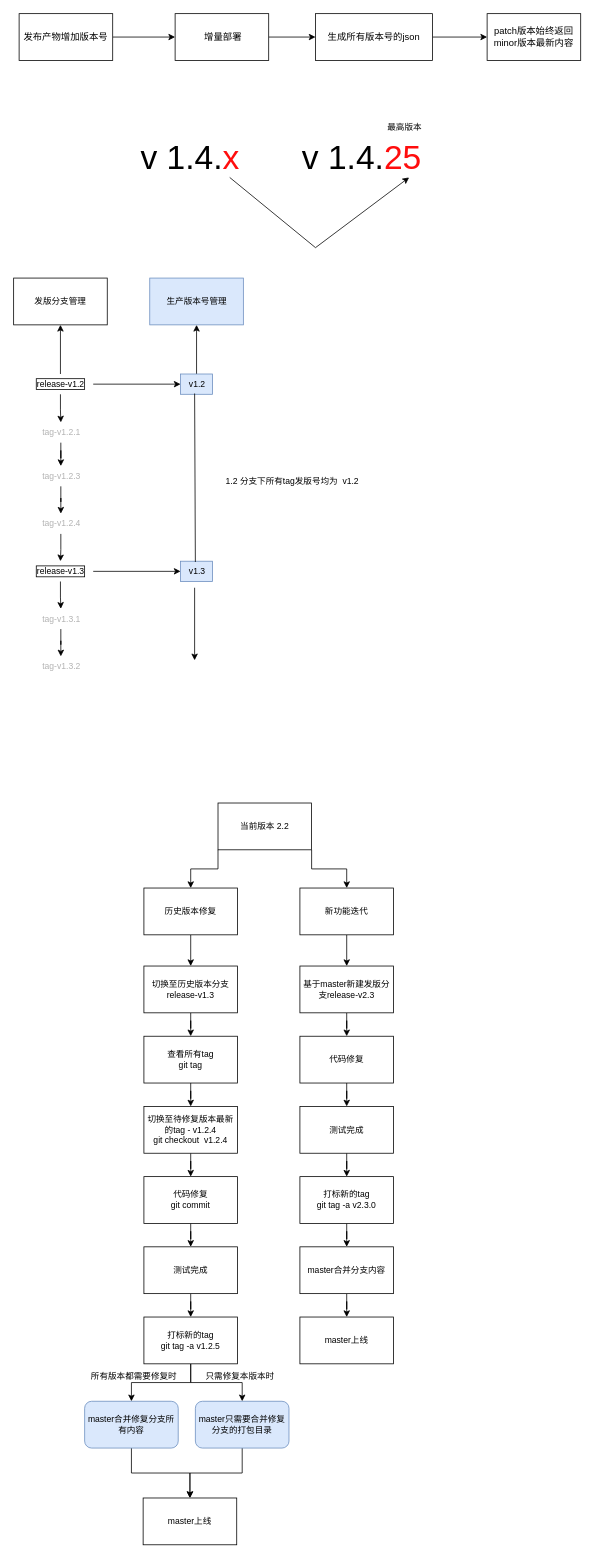
Above: 组件平台版本化.drawio in senyawang/drawio (draw.io), before the change. Source tidied: cells renumbered, new cells numbered last; positions are measured from the earlier drawing's top-left corner, leaving out a move shared by most shapes. Both pictures are drawn from the tidied source at 78%, with x=0, y=0 at pixel (13, 13).
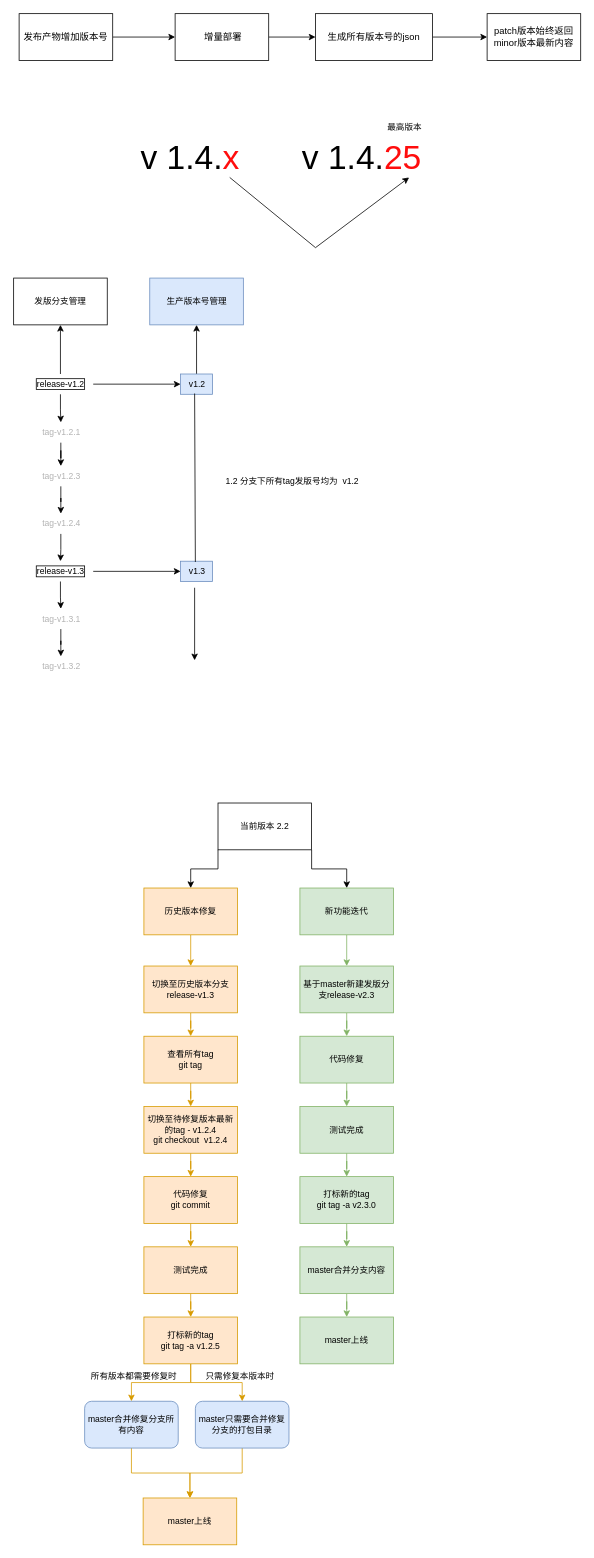
Above is the later version.

Commit message:
更新组件平台版本化.drawio

The change refers to these unchanged cells:
```xml
<mxCell id="60" value="master只需要合并修复分支的打包目录" style="rounded=1;whiteSpace=wrap;html=1;labelBackgroundColor=none;labelBorderColor=none;fontSize=11;fillColor=#dae8fc;strokeColor=#6c8ebf;" parent="1" vertex="1">
  <mxGeometry x="233" y="1779" width="120" height="60" as="geometry" />
</mxCell>
<mxCell id="63" value="master合并修复分支所有内容" style="whiteSpace=wrap;html=1;fontSize=11;fillColor=#dae8fc;strokeColor=#6c8ebf;rounded=1;labelBackgroundColor=none;labelBorderColor=none;" parent="1" vertex="1">
  <mxGeometry x="91" y="1779" width="120" height="60" as="geometry" />
</mxCell>
```

Change to the diagram source:
```diff
@@
-    <mxCell id="37" style="edgeStyle=orthogonalEdgeStyle;rounded=0;jettySize=auto;html=1;fontSize=11;fontColor=#000000;" parent="1" edge="1" source="38" target="42">
+    <mxCell id="37" style="edgeStyle=orthogonalEdgeStyle;rounded=0;jettySize=auto;html=1;fontSize=11;fontColor=#000000;fillColor=#ffe6cc;strokeColor=#d79b00;" parent="1" edge="1" source="38" target="42">
       <mxGeometry relative="1" as="geometry" />
     </mxCell>
-    <mxCell id="38" value="历史版本修复" style="rounded=0;whiteSpace=wrap;html=1;labelBackgroundColor=none;labelBorderColor=none;fontSize=11;fontColor=#000000;" parent="1" vertex="1">
+    <mxCell id="38" value="历史版本修复" style="rounded=0;whiteSpace=wrap;html=1;labelBackgroundColor=none;labelBorderColor=none;fontSize=11;fillColor=#ffe6cc;strokeColor=#d79b00;" parent="1" vertex="1">
       <mxGeometry x="167" y="1121" width="120" height="60" as="geometry" />
     </mxCell>
-    <mxCell id="39" style="edgeStyle=orthogonalEdgeStyle;rounded=0;jettySize=auto;html=1;fontSize=11;fontColor=#000000;" parent="1" edge="1" source="40" target="44">
+    <mxCell id="39" style="edgeStyle=orthogonalEdgeStyle;rounded=0;jettySize=auto;html=1;fontSize=11;fontColor=#000000;fillColor=#d5e8d4;strokeColor=#82b366;" parent="1" edge="1" source="40" target="44">
       <mxGeometry relative="1" as="geometry" />
     </mxCell>
-    <mxCell id="40" value="新功能迭代" style="rounded=0;whiteSpace=wrap;html=1;labelBackgroundColor=none;labelBorderColor=none;fontSize=11;fontColor=#000000;" parent="1" vertex="1">
+    <mxCell id="40" value="新功能迭代" style="rounded=0;whiteSpace=wrap;html=1;labelBackgroundColor=none;labelBorderColor=none;fontSize=11;fillColor=#d5e8d4;strokeColor=#82b366;" parent="1" vertex="1">
       <mxGeometry x="367" y="1121" width="120" height="60" as="geometry" />
     </mxCell>
-    <mxCell id="41" style="edgeStyle=orthogonalEdgeStyle;rounded=0;jettySize=auto;html=1;fontSize=11;fontColor=#000000;" parent="1" edge="1" source="42" target="49">
+    <mxCell id="41" style="edgeStyle=orthogonalEdgeStyle;rounded=0;jettySize=auto;html=1;fontSize=11;fontColor=#000000;fillColor=#ffe6cc;strokeColor=#d79b00;" parent="1" edge="1" source="42" target="49">
       <mxGeometry relative="1" as="geometry" />
     </mxCell>
-    <mxCell id="42" value="切换至历史版本分支&lt;br&gt;release-v1.3" style="rounded=0;whiteSpace=wrap;html=1;labelBackgroundColor=none;labelBorderColor=none;fontSize=11;fontColor=#000000;" parent="1" vertex="1">
+    <mxCell id="42" value="切换至历史版本分支&lt;br&gt;release-v1.3" style="rounded=0;whiteSpace=wrap;html=1;labelBackgroundColor=none;labelBorderColor=none;fontSize=11;fillColor=#ffe6cc;strokeColor=#d79b00;" parent="1" vertex="1">
       <mxGeometry x="167" y="1221" width="120" height="60" as="geometry" />
     </mxCell>
-    <mxCell id="43" style="edgeStyle=orthogonalEdgeStyle;rounded=0;jettySize=auto;html=1;fontSize=11;fontColor=#000000;" parent="1" edge="1" source="44" target="67">
+    <mxCell id="43" style="edgeStyle=orthogonalEdgeStyle;rounded=0;jettySize=auto;html=1;fontSize=11;fontColor=#000000;fillColor=#d5e8d4;strokeColor=#82b366;" parent="1" edge="1" source="44" target="67">
       <mxGeometry relative="1" as="geometry" />
     </mxCell>
-    <mxCell id="44" value="基于master新建发版分支release-v2.3" style="rounded=0;whiteSpace=wrap;html=1;labelBackgroundColor=none;labelBorderColor=none;fontSize=11;fontColor=#000000;" parent="1" vertex="1">
+    <mxCell id="44" value="基于master新建发版分支release-v2.3" style="rounded=0;whiteSpace=wrap;html=1;labelBackgroundColor=none;labelBorderColor=none;fontSize=11;fillColor=#d5e8d4;strokeColor=#82b366;" parent="1" vertex="1">
       <mxGeometry x="367" y="1221" width="120" height="60" as="geometry" />
     </mxCell>
@@
-    <mxCell id="48" style="edgeStyle=orthogonalEdgeStyle;rounded=0;jettySize=auto;html=1;fontSize=11;fontColor=#000000;" parent="1" edge="1" source="49" target="51">
+    <mxCell id="48" style="edgeStyle=orthogonalEdgeStyle;rounded=0;jettySize=auto;html=1;fontSize=11;fontColor=#000000;fillColor=#ffe6cc;strokeColor=#d79b00;" parent="1" edge="1" source="49" target="51">
       <mxGeometry relative="1" as="geometry" />
     </mxCell>
-    <mxCell id="49" value="查看所有tag&lt;br&gt;git tag" style="rounded=0;whiteSpace=wrap;html=1;labelBackgroundColor=none;labelBorderColor=none;fontSize=11;fontColor=#000000;" parent="1" vertex="1">
+    <mxCell id="49" value="查看所有tag&lt;br&gt;git tag" style="rounded=0;whiteSpace=wrap;html=1;labelBackgroundColor=none;labelBorderColor=none;fontSize=11;fillColor=#ffe6cc;strokeColor=#d79b00;" parent="1" vertex="1">
       <mxGeometry x="167" y="1311" width="120" height="60" as="geometry" />
     </mxCell>
-    <mxCell id="50" style="edgeStyle=orthogonalEdgeStyle;rounded=0;jettySize=auto;html=1;fontSize=11;fontColor=#000000;" parent="1" edge="1" source="51" target="53">
+    <mxCell id="50" style="edgeStyle=orthogonalEdgeStyle;rounded=0;jettySize=auto;html=1;fontSize=11;fontColor=#000000;fillColor=#ffe6cc;strokeColor=#d79b00;" parent="1" edge="1" source="51" target="53">
       <mxGeometry relative="1" as="geometry" />
     </mxCell>
-    <mxCell id="51" value="切换至待修复版本最新的tag - v1.2.4&lt;br&gt;git checkout&amp;nbsp; v1.2.4" style="rounded=0;whiteSpace=wrap;html=1;labelBackgroundColor=none;labelBorderColor=none;fontSize=11;fontColor=#000000;" parent="1" vertex="1">
+    <mxCell id="51" value="切换至待修复版本最新的tag - v1.2.4&lt;br&gt;git checkout&amp;nbsp; v1.2.4" style="rounded=0;whiteSpace=wrap;html=1;labelBackgroundColor=none;labelBorderColor=none;fontSize=11;fillColor=#ffe6cc;strokeColor=#d79b00;" parent="1" vertex="1">
       <mxGeometry x="167" y="1401" width="120" height="60" as="geometry" />
     </mxCell>
-    <mxCell id="52" style="edgeStyle=orthogonalEdgeStyle;rounded=0;jettySize=auto;html=1;fontSize=11;fontColor=#000000;" parent="1" edge="1" source="53" target="55">
+    <mxCell id="52" style="edgeStyle=orthogonalEdgeStyle;rounded=0;jettySize=auto;html=1;fontSize=11;fontColor=#000000;fillColor=#ffe6cc;strokeColor=#d79b00;" parent="1" edge="1" source="53" target="55">
       <mxGeometry relative="1" as="geometry" />
     </mxCell>
-    <mxCell id="53" value="代码修复&lt;br&gt;git commit" style="rounded=0;whiteSpace=wrap;html=1;labelBackgroundColor=none;labelBorderColor=none;fontSize=11;fontColor=#000000;" parent="1" vertex="1">
+    <mxCell id="53" value="代码修复&lt;br&gt;git commit" style="rounded=0;whiteSpace=wrap;html=1;labelBackgroundColor=none;labelBorderColor=none;fontSize=11;fillColor=#ffe6cc;strokeColor=#d79b00;" parent="1" vertex="1">
       <mxGeometry x="167" y="1491" width="120" height="60" as="geometry" />
     </mxCell>
-    <mxCell id="54" style="edgeStyle=orthogonalEdgeStyle;rounded=0;jettySize=auto;html=1;fontSize=11;fontColor=#000000;" parent="1" edge="1" source="55" target="58">
+    <mxCell id="54" style="edgeStyle=orthogonalEdgeStyle;rounded=0;jettySize=auto;html=1;fontSize=11;fontColor=#000000;fillColor=#ffe6cc;strokeColor=#d79b00;" parent="1" edge="1" source="55" target="58">
       <mxGeometry relative="1" as="geometry" />
     </mxCell>
-    <mxCell id="55" value="测试完成" style="rounded=0;whiteSpace=wrap;html=1;labelBackgroundColor=none;labelBorderColor=none;fontSize=11;fontColor=#000000;" parent="1" vertex="1">
+    <mxCell id="55" value="测试完成" style="rounded=0;whiteSpace=wrap;html=1;labelBackgroundColor=none;labelBorderColor=none;fontSize=11;fillColor=#ffe6cc;strokeColor=#d79b00;" parent="1" vertex="1">
       <mxGeometry x="167" y="1581" width="120" height="60" as="geometry" />
     </mxCell>
-    <mxCell id="56" style="edgeStyle=orthogonalEdgeStyle;rounded=0;jettySize=auto;html=1;fontSize=11;fontColor=#000000;" parent="1" edge="1" source="58" target="60">
+    <mxCell id="56" style="edgeStyle=orthogonalEdgeStyle;rounded=0;jettySize=auto;html=1;fontSize=11;fontColor=#000000;fillColor=#ffe6cc;strokeColor=#d79b00;" parent="1" edge="1" source="58" target="60">
       <mxGeometry relative="1" as="geometry" />
     </mxCell>
-    <mxCell id="57" style="edgeStyle=orthogonalEdgeStyle;rounded=0;jettySize=auto;html=1;exitX=0.5;exitY=1;exitDx=0;exitDy=0;entryX=0.5;entryY=0;entryDx=0;entryDy=0;fontSize=11;fontColor=#000000;" parent="1" edge="1" source="58" target="63">
+    <mxCell id="57" style="edgeStyle=orthogonalEdgeStyle;rounded=0;jettySize=auto;html=1;exitX=0.5;exitY=1;exitDx=0;exitDy=0;entryX=0.5;entryY=0;entryDx=0;entryDy=0;fontSize=11;fontColor=#000000;fillColor=#ffe6cc;strokeColor=#d79b00;" parent="1" edge="1" source="58" target="63">
       <mxGeometry relative="1" as="geometry" />
     </mxCell>
-    <mxCell id="58" value="打标新的tag&lt;br&gt;git tag -a v1.2.5" style="rounded=0;whiteSpace=wrap;html=1;labelBackgroundColor=none;labelBorderColor=none;fontSize=11;fontColor=#000000;" parent="1" vertex="1">
+    <mxCell id="58" value="打标新的tag&lt;br&gt;git tag -a v1.2.5" style="rounded=0;whiteSpace=wrap;html=1;labelBackgroundColor=none;labelBorderColor=none;fontSize=11;fillColor=#ffe6cc;strokeColor=#d79b00;" parent="1" vertex="1">
       <mxGeometry x="167" y="1671" width="120" height="60" as="geometry" />
     </mxCell>
-    <mxCell id="59" style="edgeStyle=orthogonalEdgeStyle;rounded=0;jettySize=auto;html=1;exitX=0.5;exitY=1;exitDx=0;exitDy=0;fontSize=11;fontColor=#000000;" parent="1" edge="1" source="60" target="61">
+    <mxCell id="59" style="edgeStyle=orthogonalEdgeStyle;rounded=0;jettySize=auto;html=1;exitX=0.5;exitY=1;exitDx=0;exitDy=0;fontSize=11;fontColor=#000000;fillColor=#ffe6cc;strokeColor=#d79b00;" parent="1" edge="1" source="60" target="61">
       <mxGeometry relative="1" as="geometry" />
     </mxCell>
@@
-    <mxCell id="61" value="master上线" style="rounded=0;whiteSpace=wrap;html=1;labelBackgroundColor=none;labelBorderColor=none;fontSize=11;fontColor=#000000;" parent="1" vertex="1">
+    <mxCell id="61" value="master上线" style="rounded=0;whiteSpace=wrap;html=1;labelBackgroundColor=none;labelBorderColor=none;fontSize=11;fillColor=#ffe6cc;strokeColor=#d79b00;" parent="1" vertex="1">
       <mxGeometry x="166" y="1903" width="120" height="60" as="geometry" />
     </mxCell>
-    <mxCell id="62" style="edgeStyle=orthogonalEdgeStyle;rounded=0;jettySize=auto;html=1;exitX=0.5;exitY=1;exitDx=0;exitDy=0;entryX=0.5;entryY=0;entryDx=0;entryDy=0;fontSize=11;fontColor=#000000;" parent="1" edge="1" source="63" target="61">
+    <mxCell id="62" style="edgeStyle=orthogonalEdgeStyle;rounded=0;jettySize=auto;html=1;exitX=0.5;exitY=1;exitDx=0;exitDy=0;entryX=0.5;entryY=0;entryDx=0;entryDy=0;fontSize=11;fontColor=#000000;fillColor=#ffe6cc;strokeColor=#d79b00;" parent="1" edge="1" source="63" target="61">
       <mxGeometry relative="1" as="geometry" />
     </mxCell>
@@
-    <mxCell id="66" style="edgeStyle=orthogonalEdgeStyle;rounded=0;jettySize=auto;html=1;fontSize=11;fontColor=#000000;" parent="1" edge="1" source="67" target="69">
+    <mxCell id="66" style="edgeStyle=orthogonalEdgeStyle;rounded=0;jettySize=auto;html=1;fontSize=11;fontColor=#000000;fillColor=#d5e8d4;strokeColor=#82b366;" parent="1" edge="1" source="67" target="69">
       <mxGeometry relative="1" as="geometry" />
     </mxCell>
-    <mxCell id="67" value="代码修复" style="rounded=0;whiteSpace=wrap;html=1;labelBackgroundColor=none;labelBorderColor=none;fontSize=11;fontColor=#000000;" parent="1" vertex="1">
+    <mxCell id="67" value="代码修复" style="rounded=0;whiteSpace=wrap;html=1;labelBackgroundColor=none;labelBorderColor=none;fontSize=11;fillColor=#d5e8d4;strokeColor=#82b366;" parent="1" vertex="1">
       <mxGeometry x="367" y="1311" width="120" height="60" as="geometry" />
     </mxCell>
-    <mxCell id="68" style="edgeStyle=orthogonalEdgeStyle;rounded=0;jettySize=auto;html=1;fontSize=11;fontColor=#000000;" parent="1" edge="1" source="69" target="71">
+    <mxCell id="68" style="edgeStyle=orthogonalEdgeStyle;rounded=0;jettySize=auto;html=1;fontSize=11;fontColor=#000000;fillColor=#d5e8d4;strokeColor=#82b366;" parent="1" edge="1" source="69" target="71">
       <mxGeometry relative="1" as="geometry" />
     </mxCell>
-    <mxCell id="69" value="测试完成" style="rounded=0;whiteSpace=wrap;html=1;labelBackgroundColor=none;labelBorderColor=none;fontSize=11;fontColor=#000000;" parent="1" vertex="1">
+    <mxCell id="69" value="测试完成" style="rounded=0;whiteSpace=wrap;html=1;labelBackgroundColor=none;labelBorderColor=none;fontSize=11;fillColor=#d5e8d4;strokeColor=#82b366;" parent="1" vertex="1">
       <mxGeometry x="367" y="1401" width="120" height="60" as="geometry" />
     </mxCell>
-    <mxCell id="70" style="edgeStyle=orthogonalEdgeStyle;rounded=0;jettySize=auto;html=1;fontSize=11;fontColor=#000000;" parent="1" edge="1" source="71" target="73">
+    <mxCell id="70" style="edgeStyle=orthogonalEdgeStyle;rounded=0;jettySize=auto;html=1;fontSize=11;fontColor=#000000;fillColor=#d5e8d4;strokeColor=#82b366;" parent="1" edge="1" source="71" target="73">
       <mxGeometry relative="1" as="geometry" />
     </mxCell>
-    <mxCell id="71" value="打标新的tag&lt;br style=&quot;border-color: var(--border-color);&quot;&gt;git tag -a v2.3.0" style="rounded=0;whiteSpace=wrap;html=1;labelBackgroundColor=none;labelBorderColor=none;fontSize=11;fontColor=#000000;" parent="1" vertex="1">
+    <mxCell id="71" value="打标新的tag&lt;br style=&quot;border-color: var(--border-color);&quot;&gt;git tag -a v2.3.0" style="rounded=0;whiteSpace=wrap;html=1;labelBackgroundColor=none;labelBorderColor=none;fontSize=11;fillColor=#d5e8d4;strokeColor=#82b366;" parent="1" vertex="1">
       <mxGeometry x="367" y="1491" width="120" height="60" as="geometry" />
     </mxCell>
-    <mxCell id="72" style="edgeStyle=orthogonalEdgeStyle;rounded=0;jettySize=auto;html=1;fontSize=11;fontColor=#000000;" parent="1" edge="1" source="73" target="74">
+    <mxCell id="72" style="edgeStyle=orthogonalEdgeStyle;rounded=0;jettySize=auto;html=1;fontSize=11;fontColor=#000000;fillColor=#d5e8d4;strokeColor=#82b366;" parent="1" edge="1" source="73" target="74">
       <mxGeometry relative="1" as="geometry" />
     </mxCell>
-    <mxCell id="73" value="master合并分支内容" style="rounded=0;whiteSpace=wrap;html=1;labelBackgroundColor=none;labelBorderColor=none;fontSize=11;fontColor=#000000;" parent="1" vertex="1">
+    <mxCell id="73" value="master合并分支内容" style="rounded=0;whiteSpace=wrap;html=1;labelBackgroundColor=none;labelBorderColor=none;fontSize=11;fillColor=#d5e8d4;strokeColor=#82b366;" parent="1" vertex="1">
       <mxGeometry x="367" y="1581" width="120" height="60" as="geometry" />
     </mxCell>
-    <mxCell id="74" value="master上线" style="rounded=0;whiteSpace=wrap;html=1;labelBackgroundColor=none;labelBorderColor=none;fontSize=11;fontColor=#000000;" parent="1" vertex="1">
+    <mxCell id="74" value="master上线" style="rounded=0;whiteSpace=wrap;html=1;labelBackgroundColor=none;labelBorderColor=none;fontSize=11;fillColor=#d5e8d4;strokeColor=#82b366;" parent="1" vertex="1">
       <mxGeometry x="367" y="1671" width="120" height="60" as="geometry" />
     </mxCell>
```
